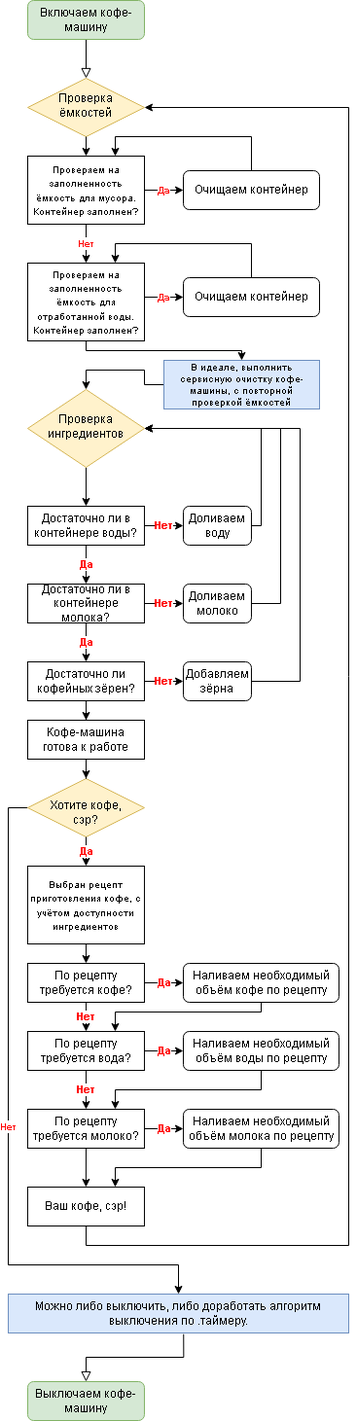
The draw.io diagram Кофемашина.drawio.png in otusteamedu/PHP_BASIC_2022, before a commit. Source tidied: cells renumbered, new cells last; positions are measured from the earlier drawing's top-left corner, leaving out a move shared by most shapes.
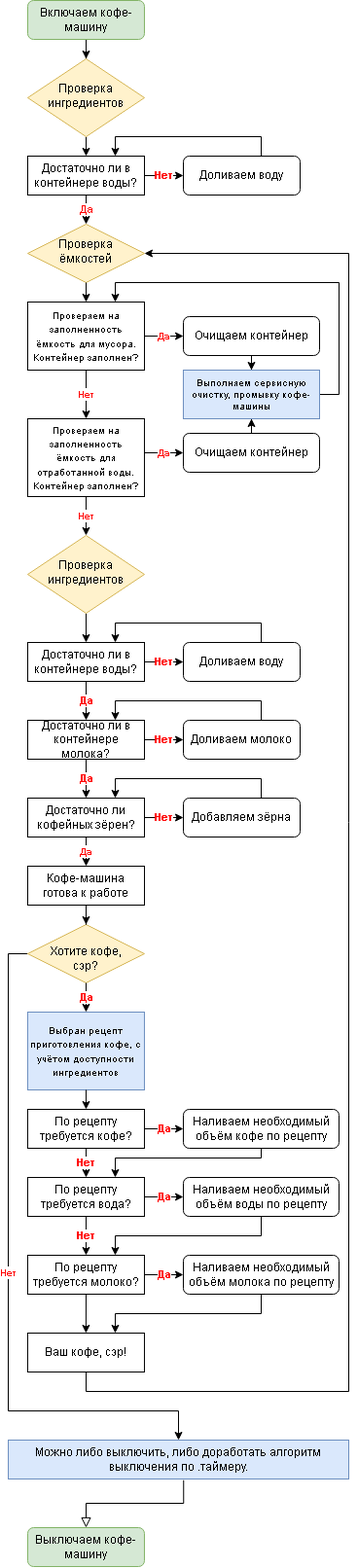
Later version of the same file.

Commit message:
Доработал алгоритм

Diff of the diagram source:
```diff
@@ -2,11 +2,11 @@
   <root>
     <mxCell id="0" />
     <mxCell id="1" parent="0" />
-    <mxCell id="2" style="rounded=0;html=1;jettySize=auto;fontSize=11;endArrow=block;endFill=0;endSize=8;strokeWidth=1;shadow=0;labelBackgroundColor=none;edgeStyle=orthogonalEdgeStyle;" parent="1" edge="1" source="3" target="43">
-      <mxGeometry relative="1" as="geometry" />
-    </mxCell>
+    <mxCell id="62" style="edgeStyle=orthogonalEdgeStyle;rounded=0;jettySize=auto;html=1;entryX=0.5;entryY=0;entryDx=0;entryDy=0;fontColor=#FF0000;" parent="1" edge="1" source="3" target="70">
+      <mxGeometry relative="1" as="geometry" />
+    </mxCell>
     <mxCell id="3" value="Включаем кофе-машину" style="rounded=1;whiteSpace=wrap;html=1;fontSize=12;glass=0;strokeWidth=1;shadow=0;fillColor=#d5e8d4;strokeColor=#82b366;" parent="1" vertex="1">
-      <mxGeometry x="20" width="120" height="40" as="geometry" />
+      <mxGeometry x="20" y="-150" width="120" height="40" as="geometry" />
     </mxCell>
     <mxCell id="4" style="edgeStyle=orthogonalEdgeStyle;rounded=0;jettySize=auto;html=1;exitX=0.5;exitY=1;exitDx=0;exitDy=0;entryX=0.5;entryY=0;entryDx=0;entryDy=0;" parent="1" edge="1" source="5" target="8">
       <mxGeometry relative="1" as="geometry" />
@@ -21,7 +21,7 @@
       <mxGeometry relative="1" as="geometry" />
     </mxCell>
     <mxCell id="8" value="Достаточно ли в контейнере воды?" style="rounded=0;whiteSpace=wrap;html=1;" parent="1" vertex="1">
-      <mxGeometry x="20" y="520" width="120" height="40" as="geometry" />
+      <mxGeometry x="20" y="510" width="120" height="40" as="geometry" />
     </mxCell>
     <mxCell id="9" value="&lt;b&gt;&lt;font color=&quot;#ff0000&quot;&gt;Да&lt;/font&gt;&lt;/b&gt;" style="edgeStyle=orthogonalEdgeStyle;rounded=0;jettySize=auto;html=1;entryX=0.5;entryY=0;entryDx=0;entryDy=0;" parent="1" edge="1" source="11" target="14">
       <mxGeometry relative="1" as="geometry" />
@@ -30,51 +30,49 @@
       <mxGeometry relative="1" as="geometry" />
     </mxCell>
     <mxCell id="11" value="Достаточно ли в контейнере молока?" style="rounded=0;whiteSpace=wrap;html=1;" parent="1" vertex="1">
-      <mxGeometry x="20" y="600" width="120" height="40" as="geometry" />
+      <mxGeometry x="20" y="590" width="120" height="40" as="geometry" />
     </mxCell>
     <mxCell id="12" value="&lt;b&gt;&lt;font color=&quot;#ff0000&quot;&gt;Нет&lt;/font&gt;&lt;/b&gt;" style="edgeStyle=orthogonalEdgeStyle;rounded=0;jettySize=auto;html=1;" parent="1" edge="1" source="14" target="20">
       <mxGeometry relative="1" as="geometry" />
     </mxCell>
-    <mxCell id="13" style="edgeStyle=orthogonalEdgeStyle;rounded=0;jettySize=auto;html=1;fontSize=10;" parent="1" edge="1" source="14" target="56">
+    <mxCell id="13" value="&lt;b&gt;&lt;font color=&quot;#ff0000&quot;&gt;Да&lt;/font&gt;&lt;/b&gt;" style="edgeStyle=orthogonalEdgeStyle;rounded=0;jettySize=auto;html=1;fontSize=10;" parent="1" edge="1" source="14" target="56">
       <mxGeometry relative="1" as="geometry" />
     </mxCell>
     <mxCell id="14" value="Достаточно ли кофейных зёрен?" style="rounded=0;whiteSpace=wrap;html=1;" parent="1" vertex="1">
-      <mxGeometry x="20" y="680" width="120" height="40" as="geometry" />
+      <mxGeometry x="20" y="670" width="120" height="40" as="geometry" />
     </mxCell>
-    <mxCell id="15" style="edgeStyle=orthogonalEdgeStyle;rounded=0;jettySize=auto;html=1;entryX=1;entryY=0.5;entryDx=0;entryDy=0;" parent="1" edge="1" source="16" target="5">
-      <mxGeometry relative="1" as="geometry">
-        <Array as="points">
-          <mxPoint x="260" y="540" />
-          <mxPoint x="260" y="440" />
-        </Array>
-      </mxGeometry>
-    </mxCell>
+    <mxCell id="63" style="edgeStyle=orthogonalEdgeStyle;rounded=0;jettySize=auto;html=1;entryX=0.75;entryY=0;entryDx=0;entryDy=0;fontColor=#FF0000;" parent="1" edge="1" source="16" target="8">
+      <mxGeometry relative="1" as="geometry">
+        <Array as="points">
+          <mxPoint x="260" y="490" />
+          <mxPoint x="110" y="490" />
+        </Array>
+      </mxGeometry>
+    </mxCell>
     <mxCell id="16" value="Доливаем воду" style="rounded=1;whiteSpace=wrap;html=1;" parent="1" vertex="1">
-      <mxGeometry x="180" y="520" width="70" height="40" as="geometry" />
+      <mxGeometry x="180" y="510" width="120" height="40" as="geometry" />
     </mxCell>
-    <mxCell id="17" style="edgeStyle=orthogonalEdgeStyle;rounded=0;jettySize=auto;html=1;" parent="1" edge="1" source="18">
-      <mxGeometry relative="1" as="geometry">
-        <mxPoint x="140" y="440" as="targetPoint" />
-        <Array as="points">
-          <mxPoint x="280" y="620" />
-          <mxPoint x="280" y="440" />
-        </Array>
-      </mxGeometry>
-    </mxCell>
+    <mxCell id="64" style="edgeStyle=orthogonalEdgeStyle;rounded=0;jettySize=auto;html=1;entryX=0.75;entryY=0;entryDx=0;entryDy=0;fontColor=#FF0000;" parent="1" edge="1" source="18" target="11">
+      <mxGeometry relative="1" as="geometry">
+        <Array as="points">
+          <mxPoint x="260" y="570" />
+          <mxPoint x="110" y="570" />
+        </Array>
+      </mxGeometry>
+    </mxCell>
     <mxCell id="18" value="Доливаем молоко" style="rounded=1;whiteSpace=wrap;html=1;" parent="1" vertex="1">
-      <mxGeometry x="180" y="600" width="70" height="40" as="geometry" />
+      <mxGeometry x="180" y="590" width="120" height="40" as="geometry" />
     </mxCell>
-    <mxCell id="19" style="edgeStyle=orthogonalEdgeStyle;rounded=0;jettySize=auto;html=1;" parent="1" edge="1" source="20">
-      <mxGeometry relative="1" as="geometry">
-        <mxPoint x="140" y="440" as="targetPoint" />
-        <Array as="points">
-          <mxPoint x="300" y="700" />
-          <mxPoint x="300" y="440" />
-        </Array>
-      </mxGeometry>
-    </mxCell>
+    <mxCell id="65" style="edgeStyle=orthogonalEdgeStyle;rounded=0;jettySize=auto;html=1;entryX=0.75;entryY=0;entryDx=0;entryDy=0;fontColor=#FF0000;" parent="1" edge="1" source="20" target="14">
+      <mxGeometry relative="1" as="geometry">
+        <Array as="points">
+          <mxPoint x="260" y="650" />
+          <mxPoint x="110" y="650" />
+        </Array>
+      </mxGeometry>
+    </mxCell>
     <mxCell id="20" value="Добавляем зёрна" style="rounded=1;whiteSpace=wrap;html=1;" parent="1" vertex="1">
-      <mxGeometry x="180" y="680" width="70" height="40" as="geometry" />
+      <mxGeometry x="180" y="670" width="120" height="40" as="geometry" />
     </mxCell>
     <mxCell id="21" value="&lt;b&gt;&lt;font color=&quot;#ff0000&quot;&gt;Нет&lt;/font&gt;&lt;/b&gt;" style="edgeStyle=orthogonalEdgeStyle;rounded=0;jettySize=auto;html=1;entryX=0.5;entryY=0;entryDx=0;entryDy=0;fontSize=10;" parent="1" edge="1" source="22" target="57">
       <mxGeometry relative="1" as="geometry">
@@ -88,7 +86,7 @@
     <mxCell id="22" value="&lt;br&gt;Хотите кофе,&lt;br&gt;сэр?" style="rhombus;whiteSpace=wrap;html=1;shadow=0;fontFamily=Helvetica;fontSize=12;align=center;strokeWidth=1;spacing=6;spacingTop=-4;fillColor=#fff2cc;strokeColor=#d6b656;" parent="1" vertex="1">
       <mxGeometry x="20" y="800" width="120" height="60" as="geometry" />
     </mxCell>
-    <mxCell id="23" value="&lt;font style=&quot;font-size: 10px&quot;&gt;Выбран рецепт приготовления кофе, с учётом доступности ингредиентов&lt;/font&gt;" style="rounded=0;whiteSpace=wrap;html=1;" parent="1" vertex="1">
+    <mxCell id="23" value="&lt;font style=&quot;font-size: 10px&quot;&gt;Выбран рецепт приготовления кофе, с учётом доступности ингредиентов&lt;/font&gt;" style="rounded=0;whiteSpace=wrap;html=1;fillColor=#dae8fc;strokeColor=#6c8ebf;" parent="1" vertex="1">
       <mxGeometry x="20" y="890" width="120" height="80" as="geometry" />
     </mxCell>
     <mxCell id="24" value="&lt;b&gt;&lt;font color=&quot;#ff0000&quot;&gt;Да&lt;/font&gt;&lt;/b&gt;" style="endArrow=classic;html=1;rounded=0;exitX=0.5;exitY=1;exitDx=0;exitDy=0;entryX=0.5;entryY=0;entryDx=0;entryDy=0;" parent="1" edge="1" source="22" target="23">
@@ -179,6 +177,9 @@
     <mxCell id="43" value="Проверка ёмкостей" style="rhombus;whiteSpace=wrap;html=1;shadow=0;fontFamily=Helvetica;fontSize=12;align=center;strokeWidth=1;spacing=6;spacingTop=-4;fillColor=#fff2cc;strokeColor=#d6b656;" parent="1" vertex="1">
       <mxGeometry x="20" y="80" width="120" height="60" as="geometry" />
     </mxCell>
+    <mxCell id="66" style="edgeStyle=orthogonalEdgeStyle;rounded=0;jettySize=auto;html=1;fontColor=#FF0000;" parent="1" edge="1" source="44" target="61">
+      <mxGeometry relative="1" as="geometry" />
+    </mxCell>
     <mxCell id="44" value="Очищаем контейнер" style="rounded=1;whiteSpace=wrap;html=1;" parent="1" vertex="1">
       <mxGeometry x="180" y="175" width="140" height="40" as="geometry" />
     </mxCell>
@@ -191,45 +192,23 @@
     <mxCell id="47" style="endArrow=classic;html=1;rounded=0;fontSize=10;exitX=0.5;exitY=1;exitDx=0;exitDy=0;entryX=0.5;entryY=0;entryDx=0;entryDy=0;" parent="1" edge="1" source="43" target="46">
       <mxGeometry relative="1" as="geometry" />
     </mxCell>
-    <mxCell id="48" style="edgeStyle=orthogonalEdgeStyle;rounded=0;jettySize=auto;html=1;entryX=0.5;entryY=0;entryDx=0;entryDy=0;fontSize=10;exitX=0.5;exitY=1;exitDx=0;exitDy=0;" parent="1" edge="1" source="49" target="61">
-      <mxGeometry relative="1" as="geometry">
-        <Array as="points">
-          <mxPoint x="80" y="360" />
-          <mxPoint x="240" y="360" />
-        </Array>
-      </mxGeometry>
-    </mxCell>
     <mxCell id="49" value="&lt;span style=&quot;color: rgb(5 , 5 , 5) ; font-family: &amp;#34;roboto&amp;#34; , sans-serif ; text-align: left&quot;&gt;&lt;font style=&quot;font-size: 10px&quot;&gt;Проверяем на заполненность ёмкость для отработанной воды.&lt;br&gt;Контейнер заполнен?&lt;br&gt;&lt;/font&gt;&lt;/span&gt;" style="rounded=0;whiteSpace=wrap;html=1;" parent="1" vertex="1">
-      <mxGeometry x="20" y="270" width="120" height="80" as="geometry" />
+      <mxGeometry x="20" y="280" width="120" height="80" as="geometry" />
     </mxCell>
     <mxCell id="50" value="&lt;b&gt;&lt;font color=&quot;#ff0000&quot;&gt;Да&lt;/font&gt;&lt;/b&gt;" style="endArrow=classic;html=1;rounded=0;fontSize=10;exitX=1;exitY=0.5;exitDx=0;exitDy=0;entryX=0;entryY=0.5;entryDx=0;entryDy=0;" parent="1" edge="1" source="46" target="44">
       <mxGeometry relative="1" as="geometry" />
     </mxCell>
-    <mxCell id="51" style="endArrow=classic;html=1;rounded=0;fontSize=10;exitX=0.5;exitY=0;exitDx=0;exitDy=0;entryX=0.75;entryY=0;entryDx=0;entryDy=0;" parent="1" edge="1" source="44" target="46">
-      <mxGeometry relative="1" as="geometry">
-        <Array as="points">
-          <mxPoint x="250" y="140" />
-          <mxPoint x="110" y="140" />
-        </Array>
-      </mxGeometry>
-    </mxCell>
+    <mxCell id="67" style="edgeStyle=orthogonalEdgeStyle;rounded=0;jettySize=auto;html=1;fontColor=#FF0000;" parent="1" edge="1" source="52" target="61">
+      <mxGeometry relative="1" as="geometry" />
+    </mxCell>
     <mxCell id="52" value="Очищаем контейнер" style="rounded=1;whiteSpace=wrap;html=1;" parent="1" vertex="1">
-      <mxGeometry x="180" y="285" width="140" height="40" as="geometry" />
+      <mxGeometry x="180" y="295" width="140" height="40" as="geometry" />
     </mxCell>
     <mxCell id="53" value="&lt;b&gt;&lt;font color=&quot;#ff0000&quot;&gt;Да&lt;/font&gt;&lt;/b&gt;" style="endArrow=classic;html=1;rounded=0;fontSize=10;exitX=1;exitY=0.5;exitDx=0;exitDy=0;entryX=0;entryY=0.5;entryDx=0;entryDy=0;" parent="1" edge="1" target="52">
       <mxGeometry relative="1" as="geometry">
-        <mxPoint x="140" y="305" as="sourcePoint" />
+        <mxPoint x="140" y="315" as="sourcePoint" />
       </mxGeometry>
     </mxCell>
-    <mxCell id="54" style="endArrow=classic;html=1;rounded=0;fontSize=10;exitX=0.5;exitY=0;exitDx=0;exitDy=0;entryX=0.75;entryY=0;entryDx=0;entryDy=0;" parent="1" edge="1" source="52">
-      <mxGeometry relative="1" as="geometry">
-        <mxPoint x="110" y="270" as="targetPoint" />
-        <Array as="points">
-          <mxPoint x="250" y="250" />
-          <mxPoint x="110" y="250" />
-        </Array>
-      </mxGeometry>
-    </mxCell>
     <mxCell id="55" style="edgeStyle=orthogonalEdgeStyle;rounded=0;jettySize=auto;html=1;entryX=0.5;entryY=0;entryDx=0;entryDy=0;fontSize=10;" parent="1" edge="1" source="56" target="22">
       <mxGeometry relative="1" as="geometry" />
     </mxCell>
@@ -245,11 +224,46 @@
     <mxCell id="59" style="rounded=0;html=1;jettySize=auto;fontSize=11;endArrow=block;endFill=0;endSize=8;strokeWidth=1;shadow=0;labelBackgroundColor=none;edgeStyle=orthogonalEdgeStyle;entryX=0.5;entryY=0;entryDx=0;entryDy=0;exitX=0.515;exitY=1.031;exitDx=0;exitDy=0;exitPerimeter=0;" parent="1" edge="1" source="57" target="58">
       <mxGeometry relative="1" as="geometry" />
     </mxCell>
-    <mxCell id="60" style="edgeStyle=orthogonalEdgeStyle;rounded=0;jettySize=auto;html=1;entryX=0.5;entryY=0;entryDx=0;entryDy=0;fontSize=10;" parent="1" edge="1" source="61" target="5">
-      <mxGeometry relative="1" as="geometry" />
-    </mxCell>
+    <mxCell id="68" style="edgeStyle=orthogonalEdgeStyle;rounded=0;jettySize=auto;html=1;entryX=0.75;entryY=0;entryDx=0;entryDy=0;fontColor=#FF0000;" parent="1" edge="1" source="61" target="46">
+      <mxGeometry relative="1" as="geometry">
+        <Array as="points">
+          <mxPoint x="340" y="255" />
+          <mxPoint x="340" y="140" />
+          <mxPoint x="110" y="140" />
+        </Array>
+      </mxGeometry>
+    </mxCell>
-    <mxCell id="61" value="В идеале, выполнить сервисную очистку кофе-машины, с повторной проверкой ёмкостей" style="rounded=0;whiteSpace=wrap;html=1;fontSize=10;fillColor=#dae8fc;strokeColor=#6c8ebf;" parent="1" vertex="1">
-      <mxGeometry x="160" y="370" width="160" height="50" as="geometry" />
+    <mxCell id="61" value="Выполняем сервисную очистку, промывку кофе-машины" style="rounded=0;whiteSpace=wrap;html=1;fontSize=10;fillColor=#dae8fc;strokeColor=#6c8ebf;" parent="1" vertex="1">
+      <mxGeometry x="180" y="230" width="140" height="50" as="geometry" />
     </mxCell>
+    <mxCell id="69" style="edgeStyle=orthogonalEdgeStyle;rounded=0;jettySize=auto;html=1;exitX=0.5;exitY=1;exitDx=0;exitDy=0;entryX=0.5;entryY=0;entryDx=0;entryDy=0;" parent="1" edge="1" source="70" target="73">
+      <mxGeometry relative="1" as="geometry" />
+    </mxCell>
+    <mxCell id="70" value="Проверка ингредиентов" style="rhombus;whiteSpace=wrap;html=1;shadow=0;fontFamily=Helvetica;fontSize=12;align=center;strokeWidth=1;spacing=6;spacingTop=-4;fillColor=#fff2cc;strokeColor=#d6b656;" parent="1" vertex="1">
+      <mxGeometry x="20" y="-90" width="120" height="80" as="geometry" />
+    </mxCell>
+    <mxCell id="71" value="&lt;b&gt;&lt;font color=&quot;#ff0000&quot;&gt;Нет&lt;/font&gt;&lt;/b&gt;" style="edgeStyle=orthogonalEdgeStyle;rounded=0;jettySize=auto;html=1;exitX=1;exitY=0.5;exitDx=0;exitDy=0;entryX=0;entryY=0.5;entryDx=0;entryDy=0;" parent="1" edge="1" source="73" target="75">
+      <mxGeometry relative="1" as="geometry" />
+    </mxCell>
+    <mxCell id="72" value="Да" style="edgeStyle=orthogonalEdgeStyle;rounded=0;jettySize=auto;html=1;entryX=0.5;entryY=0;entryDx=0;entryDy=0;fontColor=#FF0000;" parent="1" edge="1" source="73" target="43">
+      <mxGeometry relative="1" as="geometry" />
+    </mxCell>
+    <mxCell id="73" value="Достаточно ли в контейнере воды?" style="rounded=0;whiteSpace=wrap;html=1;" parent="1" vertex="1">
+      <mxGeometry x="20" y="10" width="120" height="40" as="geometry" />
+    </mxCell>
+    <mxCell id="74" style="edgeStyle=orthogonalEdgeStyle;rounded=0;jettySize=auto;html=1;entryX=0.75;entryY=0;entryDx=0;entryDy=0;fontColor=#FF0000;" parent="1" edge="1" source="75" target="73">
+      <mxGeometry relative="1" as="geometry">
+        <Array as="points">
+          <mxPoint x="260" y="-10" />
+          <mxPoint x="110" y="-10" />
+        </Array>
+      </mxGeometry>
+    </mxCell>
+    <mxCell id="75" value="Доливаем воду" style="rounded=1;whiteSpace=wrap;html=1;" parent="1" vertex="1">
+      <mxGeometry x="180" y="10" width="120" height="40" as="geometry" />
+    </mxCell>
+    <mxCell id="76" value="&lt;b&gt;&lt;font color=&quot;#ff0000&quot;&gt;Нет&lt;/font&gt;&lt;/b&gt;" style="edgeStyle=orthogonalEdgeStyle;rounded=0;jettySize=auto;html=1;fontSize=10;exitX=0.5;exitY=1;exitDx=0;exitDy=0;entryX=0.5;entryY=0;entryDx=0;entryDy=0;" parent="1" edge="1" source="49" target="5">
+      <mxGeometry relative="1" as="geometry" />
+    </mxCell>
   </root>
 </mxGraphModel>
```
